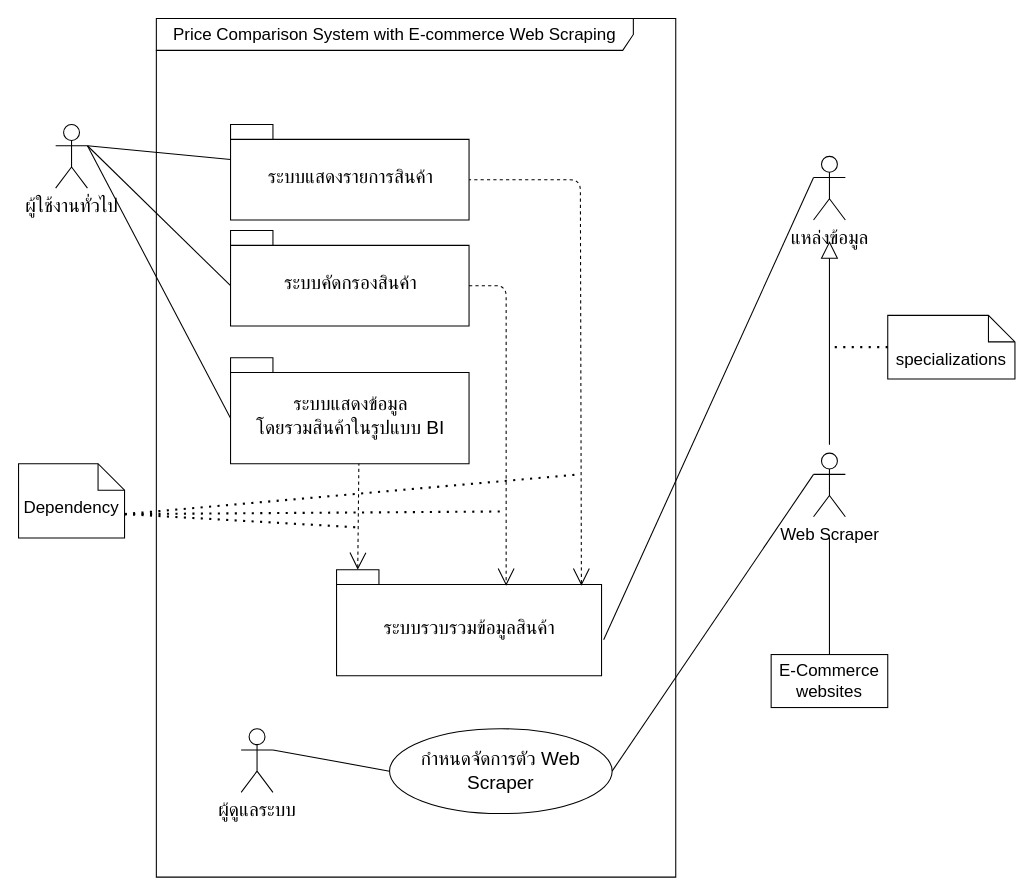
Above: Untitled Diagram.drawio in newzyz/Share (draw.io), before the change. Source tidied: cells renumbered, new cells numbered last; positions are measured from the earlier drawing's top-left corner, leaving out a move shared by most shapes. Both pictures are drawn from the tidied source at 106%, with x=0, y=0 at pixel (18, 18).
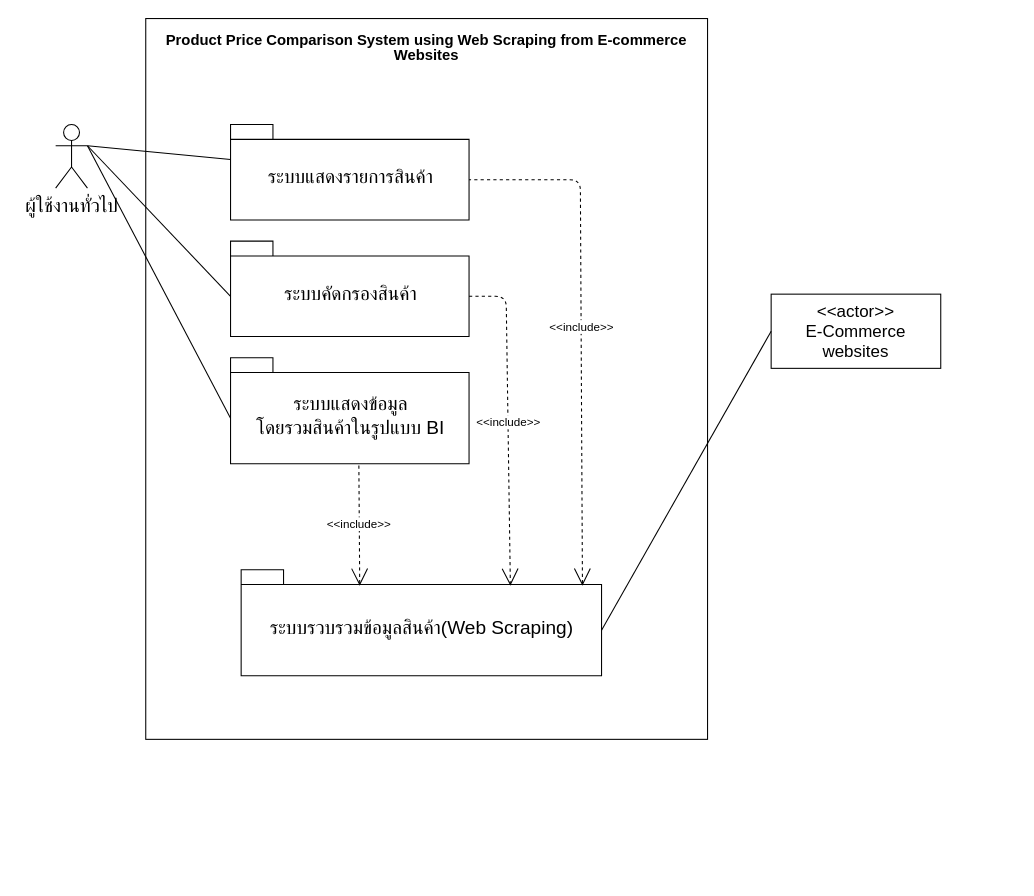
Above is the later version.

The change refers to these unchanged cells:
```xml
<mxCell id="4" value="&lt;font style=&quot;font-size: 18px ; font-weight: normal&quot;&gt;ระบบแสดงรายการสินค้า&lt;/font&gt;" style="shape=folder;fontStyle=1;spacingTop=10;tabWidth=40;tabHeight=14;tabPosition=left;html=1;hachureGap=4;" parent="1" vertex="1">
  <mxGeometry x="200" y="100" width="225" height="90" as="geometry" />
</mxCell>
<mxCell id="7" value="&lt;font style=&quot;font-size: 18px ; font-weight: normal&quot;&gt;ระบบแสดงข้อมูล&lt;br&gt;โดยรวมสินค้าในรูปแบบ BI&lt;/font&gt;" style="shape=folder;fontStyle=1;spacingTop=10;tabWidth=40;tabHeight=14;tabPosition=left;html=1;hachureGap=4;" parent="1" vertex="1">
  <mxGeometry x="200" y="320" width="225" height="100" as="geometry" />
</mxCell>
```

The edit, as a diff of the source:
```diff
@@
-    <mxCell id="2" value="&lt;font style=&quot;font-size: 16px&quot;&gt;Price Comparison System with E-commerce Web Scraping&lt;/font&gt;" style="shape=umlFrame;whiteSpace=wrap;html=1;hachureGap=4;width=450;height=30;fontSize=16;" parent="1" vertex="1">
-      <mxGeometry x="130" width="490" height="810" as="geometry" />
-    </mxCell>
+    <mxCell id="30" value="&lt;span style=&quot;line-height: 115% ; font-family: &amp;#34;th sarabunpsk&amp;#34; , sans-serif&quot;&gt;&lt;font size=&quot;1&quot;&gt;&lt;b style=&quot;font-size: 14px&quot;&gt;Product Price Comparison System using Web Scraping from E-commerce Websites&lt;/b&gt;&lt;/font&gt;&lt;/span&gt;" style="rounded=0;whiteSpace=wrap;html=1;spacingTop=-125;spacing=5;spacingBottom=500;" parent="1" vertex="1">
+      <mxGeometry x="120" width="530" height="680" as="geometry" />
+    </mxCell>
@@
     <mxCell id="6" value="&lt;font style=&quot;font-size: 18px ; font-weight: normal&quot;&gt;ระบบคัดกรองสินค้า&lt;/font&gt;" style="shape=folder;fontStyle=1;spacingTop=10;tabWidth=40;tabHeight=14;tabPosition=left;html=1;hachureGap=4;" parent="1" vertex="1">
-      <mxGeometry x="200" y="200" width="225" height="90" as="geometry" />
+      <mxGeometry x="200" y="210" width="225" height="90" as="geometry" />
     </mxCell>
@@
-    <mxCell id="10" style="edgeStyle=none;curved=1;rounded=0;jettySize=auto;html=1;endArrow=none;endFill=0;startSize=14;endSize=14;sourcePerimeterSpacing=8;targetPerimeterSpacing=8;strokeColor=default;startArrow=block;startFill=0;" parent="1" edge="1" target="12">
-      <mxGeometry relative="1" as="geometry">
-        <mxPoint x="765" y="210" as="sourcePoint" />
-      </mxGeometry>
-    </mxCell>
-    <mxCell id="11" value="&lt;font style=&quot;font-size: 18px&quot;&gt;แหล่งข้อมูล&lt;/font&gt;" style="shape=umlActor;verticalLabelPosition=bottom;verticalAlign=top;html=1;hachureGap=4;" parent="1" vertex="1">
-      <mxGeometry x="750" y="130" width="30" height="60" as="geometry" />
-    </mxCell>
-    <mxCell id="12" value="&lt;font style=&quot;font-size: 16px&quot;&gt;Web Scraper&lt;/font&gt;" style="shape=umlActor;verticalLabelPosition=bottom;verticalAlign=top;html=1;hachureGap=4;" parent="1" vertex="1">
-      <mxGeometry x="750" y="410" width="30" height="60" as="geometry" />
-    </mxCell>
-    <mxCell id="13" value="&lt;font style=&quot;font-size: 18px ; font-weight: normal&quot;&gt;ระบบรวบรวมข้อมูลสินค้า&lt;/font&gt;" style="shape=folder;fontStyle=1;spacingTop=10;tabWidth=40;tabHeight=14;tabPosition=left;html=1;hachureGap=4;" parent="1" vertex="1">
-      <mxGeometry x="300" y="520" width="250" height="100" as="geometry" />
+    <mxCell id="13" value="&lt;font style=&quot;font-size: 18px ; font-weight: normal&quot;&gt;ระบบรวบรวมข้อมูลสินค้า(Web Scraping)&lt;/font&gt;" style="shape=folder;fontStyle=1;spacingTop=10;tabWidth=40;tabHeight=14;tabPosition=left;html=1;hachureGap=4;" parent="1" vertex="1">
+      <mxGeometry x="210" y="520" width="340" height="100" as="geometry" />
     </mxCell>
-    <mxCell id="14" style="endArrow=none;html=1;startSize=14;endSize=14;sourcePerimeterSpacing=8;targetPerimeterSpacing=8;strokeColor=default;entryX=0;entryY=0.3333333333333333;entryDx=0;entryDy=0;entryPerimeter=0;exitX=1.008;exitY=0.66;exitDx=0;exitDy=0;exitPerimeter=0;" parent="1" edge="1" source="13" target="11">
-      <mxGeometry relative="1" as="geometry" />
-    </mxCell>
-    <mxCell id="15" style="endArrow=none;dashed=1;html=1;startSize=14;endSize=14;sourcePerimeterSpacing=8;targetPerimeterSpacing=8;strokeColor=default;entryX=0.538;entryY=1;entryDx=0;entryDy=0;entryPerimeter=0;endFill=0;startArrow=open;startFill=0;exitX=0;exitY=0;exitDx=20;exitDy=0;exitPerimeter=0;" parent="1" edge="1" source="13" target="7">
+    <mxCell id="15" value="&amp;lt;&amp;lt;include&amp;gt;&amp;gt;" style="endArrow=none;dashed=1;html=1;startSize=14;endSize=14;sourcePerimeterSpacing=8;targetPerimeterSpacing=8;strokeColor=default;entryX=0.538;entryY=1;entryDx=0;entryDy=0;entryPerimeter=0;endFill=0;startArrow=open;startFill=0;exitX=0.329;exitY=0.15;exitDx=0;exitDy=0;exitPerimeter=0;" parent="1" edge="1" source="13" target="7">
       <mxGeometry relative="1" as="geometry" />
     </mxCell>
-    <mxCell id="16" style="endArrow=open;dashed=1;html=1;startSize=14;endSize=14;sourcePerimeterSpacing=8;targetPerimeterSpacing=8;strokeColor=default;exitX=0;exitY=0;exitDx=225;exitDy=52;exitPerimeter=0;entryX=0.64;entryY=0.15;entryDx=0;entryDy=0;entryPerimeter=0;startArrow=none;startFill=0;endFill=0;" parent="1" edge="1" source="6" target="13">
+    <mxCell id="16" value="&amp;lt;&amp;lt;include&amp;gt;&amp;gt;" style="endArrow=open;dashed=1;html=1;startSize=14;endSize=14;sourcePerimeterSpacing=8;targetPerimeterSpacing=8;strokeColor=default;exitX=0;exitY=0;exitDx=225;exitDy=52;exitPerimeter=0;entryX=0.747;entryY=0.15;entryDx=0;entryDy=0;entryPerimeter=0;startArrow=none;startFill=0;endFill=0;" parent="1" edge="1" source="6" target="13">
       <mxGeometry relative="1" as="geometry">
         <Array as="points">
-          <mxPoint x="460" y="252" />
+          <mxPoint x="460" y="262" />
         </Array>
       </mxGeometry>
     </mxCell>
-    <mxCell id="17" style="endArrow=none;dashed=1;html=1;startSize=14;endSize=14;sourcePerimeterSpacing=8;targetPerimeterSpacing=8;strokeColor=default;startArrow=open;startFill=0;entryX=0;entryY=0;entryDx=225;entryDy=52;entryPerimeter=0;exitX=0.924;exitY=0.15;exitDx=0;exitDy=0;exitPerimeter=0;" parent="1" edge="1" source="13" target="4">
+    <mxCell id="17" value="&amp;lt;&amp;lt;include&amp;gt;&amp;gt;" style="endArrow=none;dashed=1;html=1;startSize=14;endSize=14;sourcePerimeterSpacing=8;targetPerimeterSpacing=8;strokeColor=default;startArrow=open;startFill=0;entryX=0;entryY=0;entryDx=225;entryDy=52;entryPerimeter=0;exitX=0.947;exitY=0.15;exitDx=0;exitDy=0;exitPerimeter=0;" parent="1" edge="1" source="13" target="4">
       <mxGeometry relative="1" as="geometry">
         <Array as="points">
           <mxPoint x="530" y="152" />
         </Array>
       </mxGeometry>
     </mxCell>
-    <mxCell id="18" value="&lt;font style=&quot;font-size: 16px&quot;&gt;Dependency&lt;/font&gt;" style="shape=note2;boundedLbl=1;whiteSpace=wrap;html=1;size=25;verticalAlign=top;align=center;hachureGap=4;" parent="1" vertex="1">
-      <mxGeometry y="420" width="100" height="70" as="geometry" />
-    </mxCell>
-    <mxCell id="19" style="endArrow=none;dashed=1;html=1;dashPattern=1 3;strokeWidth=2;startSize=14;endSize=14;sourcePerimeterSpacing=8;targetPerimeterSpacing=8;exitX=0;exitY=0;exitDx=100;exitDy=47.5;exitPerimeter=0;" parent="1" edge="1" source="18">
-      <mxGeometry relative="1" as="geometry">
-        <mxPoint x="320" y="480" as="targetPoint" />
-      </mxGeometry>
-    </mxCell>
-    <mxCell id="20" style="endArrow=none;dashed=1;html=1;dashPattern=1 3;strokeWidth=2;startSize=14;endSize=14;sourcePerimeterSpacing=8;targetPerimeterSpacing=8;exitX=0;exitY=0;exitDx=100;exitDy=47.5;exitPerimeter=0;" parent="1" edge="1" source="18">
-      <mxGeometry relative="1" as="geometry">
-        <mxPoint x="530" y="430" as="targetPoint" />
-      </mxGeometry>
-    </mxCell>
-    <mxCell id="21" style="endArrow=none;dashed=1;html=1;dashPattern=1 3;strokeWidth=2;startSize=14;endSize=14;sourcePerimeterSpacing=8;targetPerimeterSpacing=8;exitX=0;exitY=0;exitDx=100;exitDy=47.5;exitPerimeter=0;" parent="1" edge="1" source="18">
-      <mxGeometry relative="1" as="geometry">
-        <mxPoint x="460" y="465" as="targetPoint" />
-      </mxGeometry>
-    </mxCell>
-    <mxCell id="22" value="&lt;font style=&quot;font-size: 18px&quot;&gt;กำหนดจัดการตัว Web Scraper&lt;/font&gt;" style="ellipse;whiteSpace=wrap;html=1;hachureGap=4;" parent="1" vertex="1">
-      <mxGeometry x="350" y="670" width="210" height="80" as="geometry" />
-    </mxCell>
-    <mxCell id="23" value="&lt;font style=&quot;font-size: 18px&quot;&gt;ผู้ดูแลระบบ&lt;/font&gt;" style="shape=umlActor;verticalLabelPosition=bottom;verticalAlign=top;html=1;outlineConnect=0;hachureGap=4;" parent="1" vertex="1">
-      <mxGeometry x="210" y="670" width="30" height="60" as="geometry" />
-    </mxCell>
-    <mxCell id="24" style="endArrow=none;html=1;startSize=14;endSize=14;sourcePerimeterSpacing=8;targetPerimeterSpacing=8;strokeColor=default;exitX=1;exitY=0.3333333333333333;exitDx=0;exitDy=0;exitPerimeter=0;entryX=0;entryY=0.5;entryDx=0;entryDy=0;" parent="1" edge="1" source="23" target="22">
-      <mxGeometry relative="1" as="geometry" />
-    </mxCell>
-    <mxCell id="25" style="endArrow=none;html=1;startSize=14;endSize=14;sourcePerimeterSpacing=8;targetPerimeterSpacing=8;strokeColor=default;entryX=0;entryY=0.3333333333333333;entryDx=0;entryDy=0;entryPerimeter=0;exitX=1;exitY=0.5;exitDx=0;exitDy=0;" parent="1" edge="1" source="22" target="12">
-      <mxGeometry relative="1" as="geometry" />
-    </mxCell>
-    <mxCell id="26" value="&lt;font style=&quot;font-size: 16px&quot;&gt;specializations&lt;/font&gt;" style="shape=note2;boundedLbl=1;whiteSpace=wrap;html=1;size=25;verticalAlign=top;align=center;hachureGap=4;" parent="1" vertex="1">
-      <mxGeometry x="820" y="280" width="120" height="60" as="geometry" />
-    </mxCell>
-    <mxCell id="27" value="&lt;font style=&quot;font-size: 16px&quot;&gt;E-Commerce websites&lt;/font&gt;" style="rounded=0;whiteSpace=wrap;html=1;hachureGap=4;" parent="1" vertex="1">
-      <mxGeometry x="710" y="600" width="110" height="50" as="geometry" />
+    <mxCell id="27" value="&lt;font style=&quot;font-size: 16px&quot;&gt;&amp;lt;&amp;lt;actor&amp;gt;&amp;gt;&lt;br&gt;E-Commerce websites&lt;/font&gt;" style="rounded=0;whiteSpace=wrap;html=1;hachureGap=4;" parent="1" vertex="1">
+      <mxGeometry x="710" y="260" width="160" height="70" as="geometry" />
     </mxCell>
-    <mxCell id="28" style="endArrow=none;dashed=1;html=1;dashPattern=1 3;strokeWidth=2;startSize=14;endSize=14;sourcePerimeterSpacing=8;targetPerimeterSpacing=8;entryX=0;entryY=0.5;entryDx=0;entryDy=0;entryPerimeter=0;" parent="1" edge="1" target="26">
-      <mxGeometry relative="1" as="geometry">
-        <mxPoint x="770" y="310" as="sourcePoint" />
-      </mxGeometry>
-    </mxCell>
-    <mxCell id="29" style="endArrow=none;html=1;startSize=14;endSize=14;sourcePerimeterSpacing=8;targetPerimeterSpacing=8;strokeColor=default;exitX=0.5;exitY=0;exitDx=0;exitDy=0;" parent="1" edge="1" source="27">
-      <mxGeometry relative="1" as="geometry">
-        <mxPoint x="765" y="490" as="targetPoint" />
-      </mxGeometry>
-    </mxCell>
+    <mxCell id="31" style="endArrow=none;html=1;entryX=0;entryY=0.5;entryDx=0;entryDy=0;exitX=0;exitY=0;exitDx=340;exitDy=57;exitPerimeter=0;" parent="1" edge="1" source="13" target="27">
+      <mxGeometry relative="1" as="geometry" />
+    </mxCell>
```
